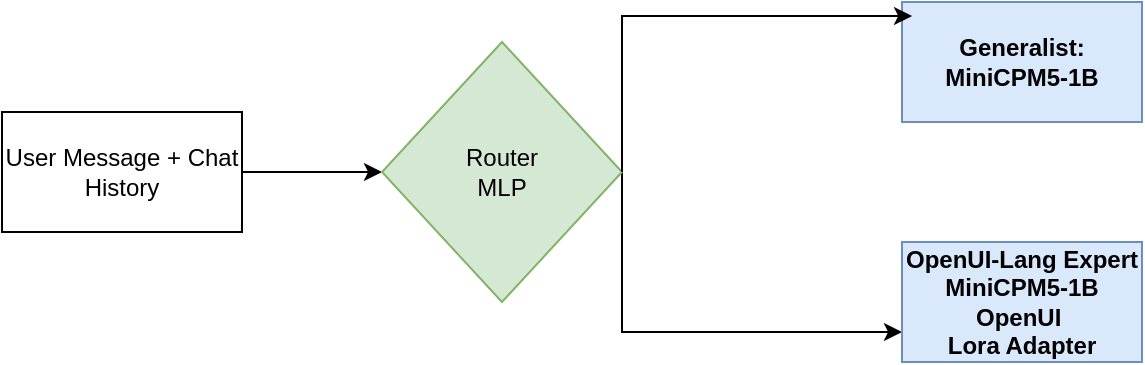
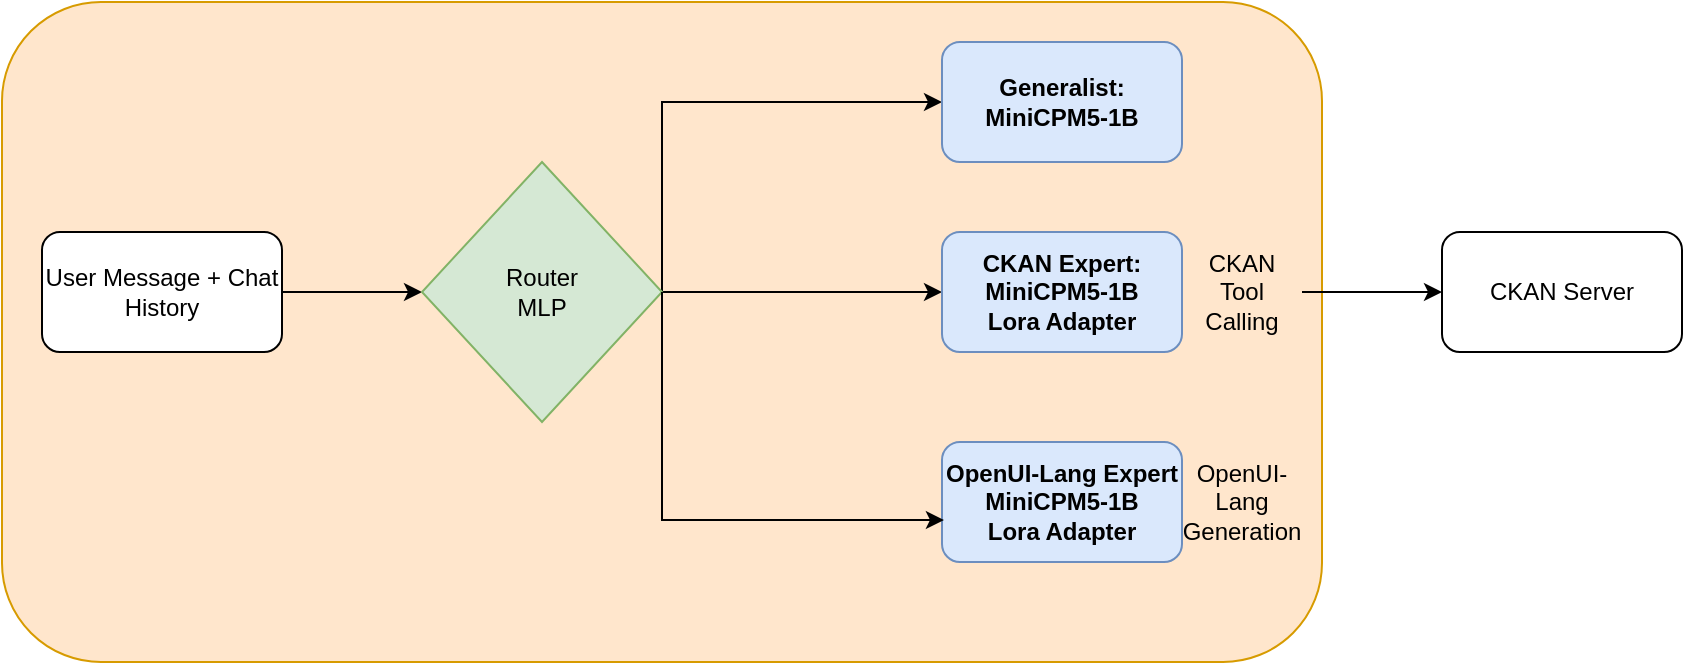
<mxfile host="Electron">
  <diagram name="Seite-1" id="--W7xErzw7mmmknJq3xL">
    <mxGraphModel dx="1414" dy="841" grid="1" gridSize="10" guides="1" tooltips="1" connect="1" arrows="1" fold="1" page="1" pageScale="1" pageWidth="827" pageHeight="1169" math="0" shadow="0">
      <root>
        <mxCell id="0" />
        <mxCell id="1" parent="0" />
+         <mxCell id="v_-eqBuquaCcQm3YQTyd-14" parent="1" style="rounded=1;whiteSpace=wrap;html=1;fillColor=#ffe6cc;strokeColor=#d79b00;" value="" vertex="1">
+           <mxGeometry height="330" width="660" x="100" y="80" as="geometry" />
+         </mxCell>
        <mxCell id="v_-eqBuquaCcQm3YQTyd-6" edge="1" parent="1" source="v_-eqBuquaCcQm3YQTyd-2" style="edgeStyle=orthogonalEdgeStyle;rounded=0;orthogonalLoop=1;jettySize=auto;html=1;" target="v_-eqBuquaCcQm3YQTyd-3">
          <mxGeometry relative="1" as="geometry" />
        </mxCell>
-         <mxCell id="v_-eqBuquaCcQm3YQTyd-2" parent="1" style="rounded=0;whiteSpace=wrap;html=1;" value="User Message + Chat History" vertex="1">
+         <mxCell id="v_-eqBuquaCcQm3YQTyd-2" parent="1" style="rounded=1;whiteSpace=wrap;html=1;" value="User Message + Chat History" vertex="1">
          <mxGeometry height="60" width="120" x="120" y="195" as="geometry" />
        </mxCell>
-         <mxCell id="v_-eqBuquaCcQm3YQTyd-8" edge="1" parent="1" source="v_-eqBuquaCcQm3YQTyd-3" style="edgeStyle=orthogonalEdgeStyle;rounded=0;orthogonalLoop=1;jettySize=auto;html=1;exitX=1;exitY=0.5;exitDx=0;exitDy=0;entryX=0;entryY=0.75;entryDx=0;entryDy=0;" target="v_-eqBuquaCcQm3YQTyd-5">
+         <mxCell id="v_-eqBuquaCcQm3YQTyd-10" edge="1" parent="1" source="v_-eqBuquaCcQm3YQTyd-3" style="edgeStyle=orthogonalEdgeStyle;rounded=0;orthogonalLoop=1;jettySize=auto;html=1;entryX=0;entryY=0.5;entryDx=0;entryDy=0;" target="v_-eqBuquaCcQm3YQTyd-9">
+           <mxGeometry relative="1" as="geometry" />
+         </mxCell>
+         <mxCell id="v_-eqBuquaCcQm3YQTyd-15" edge="1" parent="1" source="v_-eqBuquaCcQm3YQTyd-3" style="edgeStyle=orthogonalEdgeStyle;rounded=0;orthogonalLoop=1;jettySize=auto;html=1;entryX=0;entryY=0.5;entryDx=0;entryDy=0;" target="v_-eqBuquaCcQm3YQTyd-4">
          <mxGeometry relative="1" as="geometry">
            <Array as="points">
-               <mxPoint x="430" y="305" />
+               <mxPoint x="430" y="130" />
            </Array>
          </mxGeometry>
        </mxCell>
        <mxCell id="v_-eqBuquaCcQm3YQTyd-3" parent="1" style="rhombus;whiteSpace=wrap;html=1;fillColor=#d5e8d4;strokeColor=#82b366;" value="Router&lt;div&gt;MLP&lt;/div&gt;" vertex="1">
          <mxGeometry height="130" width="120" x="310" y="160" as="geometry" />
        </mxCell>
-         <mxCell id="v_-eqBuquaCcQm3YQTyd-4" parent="1" style="rounded=0;whiteSpace=wrap;html=1;fillColor=#dae8fc;strokeColor=#6c8ebf;" value="&lt;div&gt;&lt;strong&gt;Generalist:&lt;/strong&gt;&lt;/div&gt;&lt;strong&gt;MiniCPM5-1B&lt;/strong&gt;" vertex="1">
-           <mxGeometry height="60" width="120" x="570" y="140" as="geometry" />
+         <mxCell id="v_-eqBuquaCcQm3YQTyd-4" parent="1" style="rounded=1;whiteSpace=wrap;html=1;fillColor=#dae8fc;strokeColor=#6c8ebf;" value="&lt;div&gt;&lt;strong&gt;Generalist:&lt;/strong&gt;&lt;/div&gt;&lt;strong&gt;MiniCPM5-1B&lt;/strong&gt;" vertex="1">
+           <mxGeometry height="60" width="120" x="570" y="100" as="geometry" />
        </mxCell>
-         <mxCell id="v_-eqBuquaCcQm3YQTyd-5" parent="1" style="rounded=0;whiteSpace=wrap;html=1;fillColor=#dae8fc;strokeColor=#6c8ebf;" value="&lt;div&gt;&lt;strong&gt;OpenUI-Lang Expert&lt;/strong&gt;&lt;/div&gt;&lt;strong&gt;MiniCPM5-1B&lt;/strong&gt;&lt;div&gt;&lt;strong&gt;OpenUI&amp;nbsp;&lt;/strong&gt;&lt;/div&gt;&lt;div&gt;&lt;strong&gt;Lora Adapter&lt;/strong&gt;&lt;/div&gt;" vertex="1">
-           <mxGeometry height="60" width="120" x="570" y="260" as="geometry" />
+         <mxCell id="v_-eqBuquaCcQm3YQTyd-5" parent="1" style="rounded=1;whiteSpace=wrap;html=1;fillColor=#dae8fc;strokeColor=#6c8ebf;" value="&lt;div&gt;&lt;strong&gt;OpenUI-Lang Expert&lt;/strong&gt;&lt;/div&gt;&lt;strong&gt;MiniCPM5-1B&lt;/strong&gt;&lt;div&gt;&lt;strong style=&quot;background-color: transparent; color: light-dark(rgb(0, 0, 0), rgb(255, 255, 255));&quot;&gt;Lora Adapter&lt;/strong&gt;&lt;/div&gt;" vertex="1">
+           <mxGeometry height="60" width="120" x="570" y="300" as="geometry" />
        </mxCell>
-         <mxCell id="v_-eqBuquaCcQm3YQTyd-7" edge="1" parent="1" source="v_-eqBuquaCcQm3YQTyd-3" style="edgeStyle=orthogonalEdgeStyle;rounded=0;orthogonalLoop=1;jettySize=auto;html=1;exitX=1;exitY=0.5;exitDx=0;exitDy=0;entryX=0.042;entryY=0.117;entryDx=0;entryDy=0;entryPerimeter=0;" target="v_-eqBuquaCcQm3YQTyd-4">
+         <mxCell id="v_-eqBuquaCcQm3YQTyd-9" parent="1" style="rounded=1;whiteSpace=wrap;html=1;fillColor=#dae8fc;strokeColor=#6c8ebf;" value="&lt;strong&gt;CKAN Expert:&lt;br&gt;MiniCPM5-1B&lt;/strong&gt;&lt;div&gt;&lt;strong&gt;Lora Adapter&lt;/strong&gt;&lt;/div&gt;" vertex="1">
+           <mxGeometry height="60" width="120" x="570" y="195" as="geometry" />
+         </mxCell>
+         <mxCell id="v_-eqBuquaCcQm3YQTyd-11" edge="1" parent="1" source="v_-eqBuquaCcQm3YQTyd-3" style="edgeStyle=orthogonalEdgeStyle;rounded=0;orthogonalLoop=1;jettySize=auto;html=1;exitX=1;exitY=0.5;exitDx=0;exitDy=0;entryX=0.008;entryY=0.65;entryDx=0;entryDy=0;entryPerimeter=0;" target="v_-eqBuquaCcQm3YQTyd-5">
          <mxGeometry relative="1" as="geometry">
            <Array as="points">
-               <mxPoint x="430" y="147" />
+               <mxPoint x="430" y="339" />
            </Array>
          </mxGeometry>
+         </mxCell>
+         <mxCell id="v_-eqBuquaCcQm3YQTyd-12" parent="1" style="text;html=1;whiteSpace=wrap;strokeColor=none;fillColor=none;align=center;verticalAlign=middle;rounded=0;" value="OpenUI-Lang&lt;div&gt;Generation&lt;/div&gt;" vertex="1">
+           <mxGeometry height="30" width="60" x="690" y="315" as="geometry" />
+         </mxCell>
+         <mxCell id="v_-eqBuquaCcQm3YQTyd-17" edge="1" parent="1" source="v_-eqBuquaCcQm3YQTyd-13" style="edgeStyle=orthogonalEdgeStyle;rounded=0;orthogonalLoop=1;jettySize=auto;html=1;" target="v_-eqBuquaCcQm3YQTyd-16">
+           <mxGeometry relative="1" as="geometry" />
+         </mxCell>
+         <mxCell id="v_-eqBuquaCcQm3YQTyd-13" parent="1" style="text;html=1;whiteSpace=wrap;strokeColor=none;fillColor=none;align=center;verticalAlign=middle;rounded=0;" value="CKAN Tool Calling" vertex="1">
+           <mxGeometry height="30" width="60" x="690" y="210" as="geometry" />
+         </mxCell>
+         <mxCell id="v_-eqBuquaCcQm3YQTyd-16" parent="1" style="rounded=1;whiteSpace=wrap;html=1;" value="CKAN Server" vertex="1">
+           <mxGeometry height="60" width="120" x="820" y="195" as="geometry" />
        </mxCell>
      </root>
    </mxGraphModel>
  </diagram>
</mxfile>
